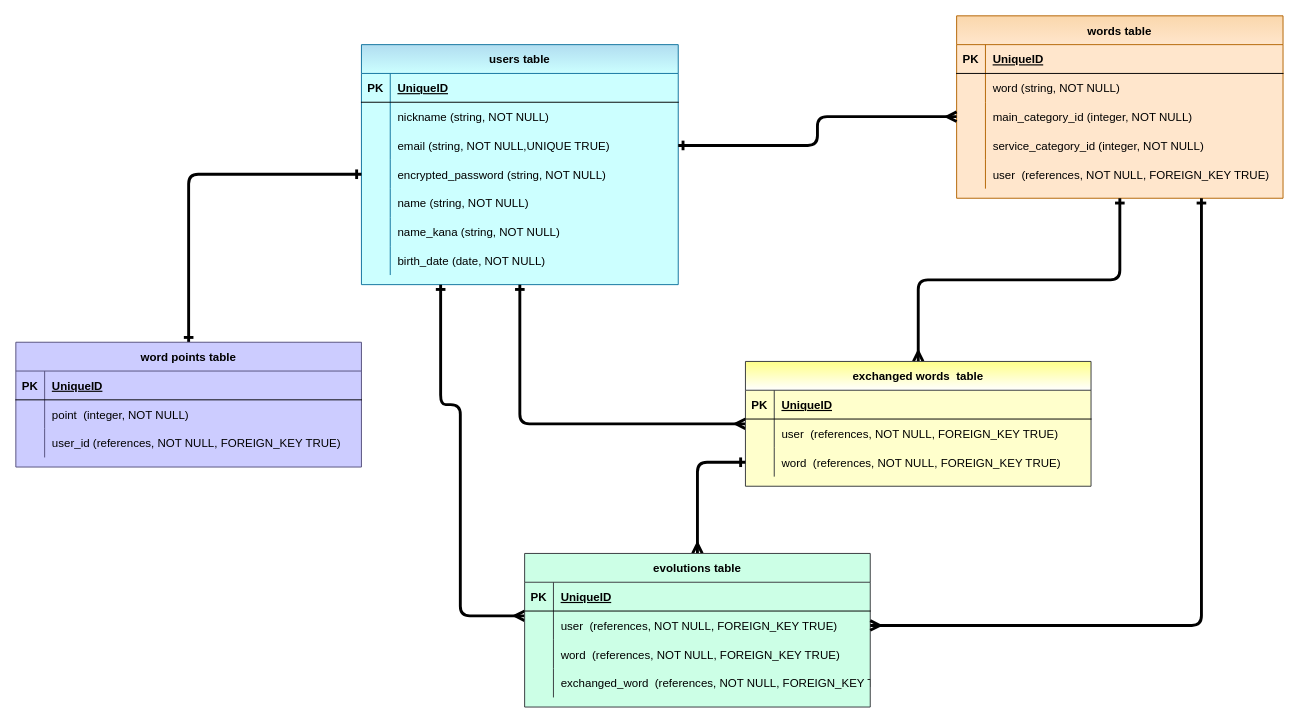
The draw.io diagram E-R図.dio in portfoliokns/word_experience, before the edit. Source tidied: cells renumbered, new cells numbered last; positions are measured from the earlier drawing's top-left corner, leaving out a move shared by most shapes. Both pictures are drawn from the tidied source at 96%, with x=0, y=0 at pixel (15, 15).
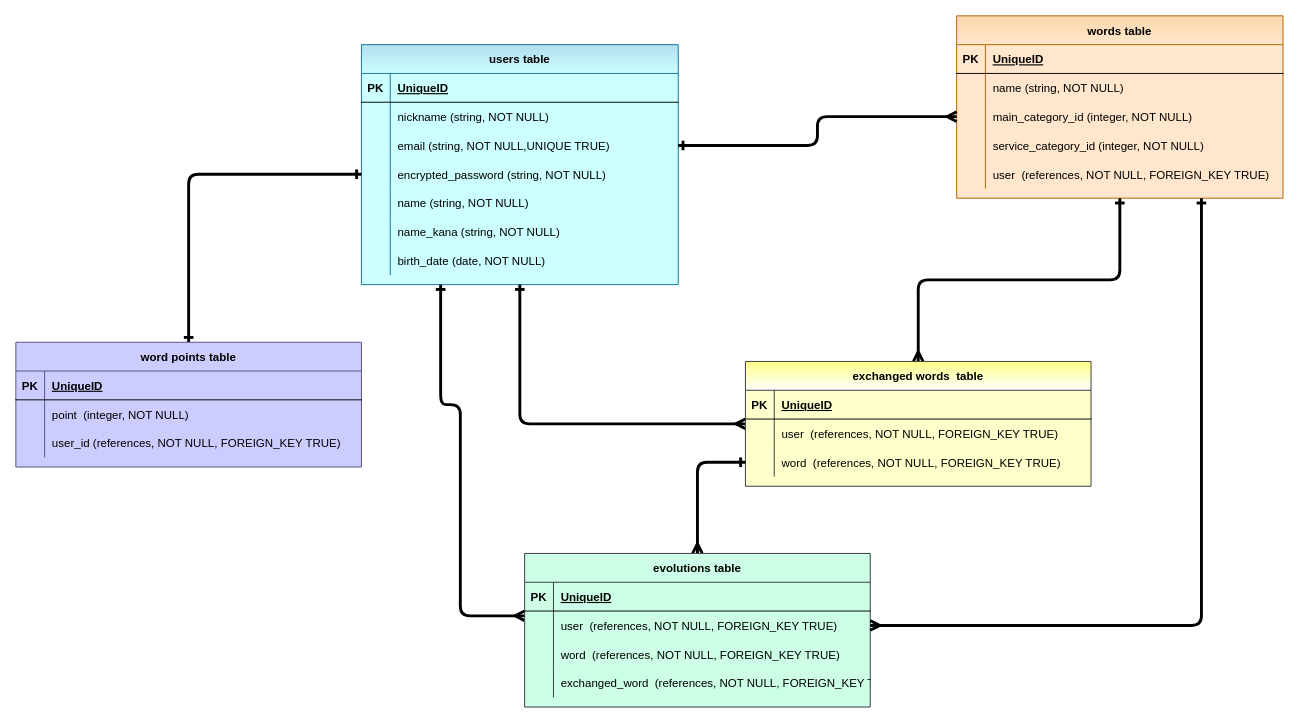
Above is the later version.

Commit message (it also covers changes not shown here):
画面遷移図作成 & ER図作成

Unchanged cells that the change refers to:
```xml
<mxCell id="28" style="shape=partialRectangle;fillColor=none;top=0;left=0;bottom=0;right=0;" parent="24" vertex="1">
  <mxGeometry y="60" width="340" height="30" as="geometry" />
</mxCell>
```

Change to the diagram source:
```diff
@@
-    <mxCell id="30" value="word (string, NOT NULL)" style="shape=partialRectangle;fillColor=none;top=0;left=0;bottom=0;right=0;align=left;spacingLeft=6;overflow=hidden;fontColor=#000000;" parent="28" vertex="1">
+    <mxCell id="30" value="name (string, NOT NULL)" style="shape=partialRectangle;fillColor=none;top=0;left=0;bottom=0;right=0;align=left;spacingLeft=6;overflow=hidden;fontColor=#000000;" parent="28" vertex="1">
       <mxGeometry x="30" width="310" height="30" as="geometry" />
     </mxCell>
```
